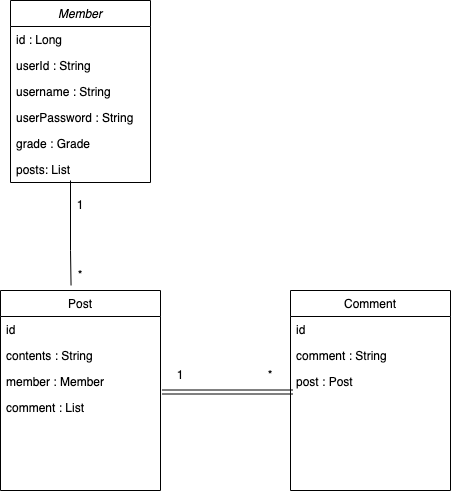
Above: src/main/resources/클래스다이어그램_게시판.png in choijunkeun/weblog (draw.io), before the change. Source tidied: cells renumbered, new cells last; positions are measured from the earlier drawing's top-left corner, leaving out a move shared by most shapes.
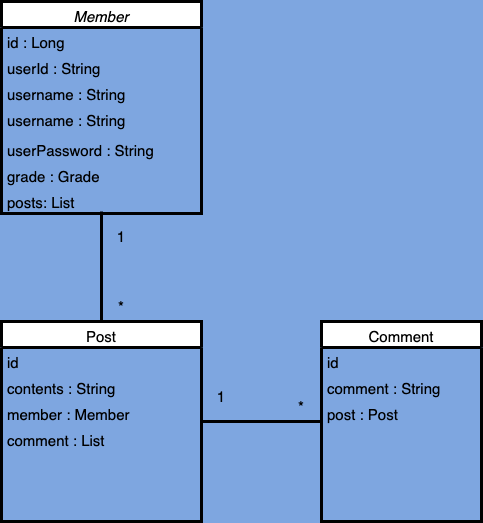
The same diagram one commit later.

Commit message:
클래스다이어그램_게시판.png 업데이트

The edit, as a diff of the source:
```diff
@@ -1,77 +1,81 @@
-<mxGraphModel>
+<mxGraphModel background="#7EA6E0">
   <root>
     <mxCell id="0" />
     <mxCell id="1" parent="0" />
-    <mxCell id="2" value="Member" style="swimlane;fontStyle=2;align=center;verticalAlign=top;horizontal=1;startSize=26;rounded=0;shadow=0;strokeWidth=1;" parent="1" vertex="1">
-      <mxGeometry x="10" width="140" height="182" as="geometry" />
+    <mxCell id="2" value="Member" style="swimlane;fontStyle=2;align=center;verticalAlign=top;horizontal=1;startSize=26;rounded=0;shadow=0;strokeWidth=3;fontSize=15;" parent="1" vertex="1">
+      <mxGeometry x="-30" y="-30" width="200" height="212" as="geometry" />
     </mxCell>
-    <mxCell id="3" value="id : Long" style="text;align=left;verticalAlign=top;spacingLeft=4;spacingRight=4;overflow=hidden;" parent="2" vertex="1">
-      <mxGeometry y="26" width="140" height="26" as="geometry" />
+    <mxCell id="3" value="id : Long" style="text;align=left;verticalAlign=top;spacingLeft=4;spacingRight=4;overflow=hidden;strokeWidth=3;fontSize=15;" parent="2" vertex="1">
+      <mxGeometry y="26" width="200" height="26" as="geometry" />
     </mxCell>
-    <mxCell id="4" value="userId : String" style="text;align=left;verticalAlign=top;spacingLeft=4;spacingRight=4;overflow=hidden;rounded=0;shadow=0;html=0;" parent="2" vertex="1">
-      <mxGeometry y="52" width="140" height="26" as="geometry" />
+    <mxCell id="4" value="userId : String" style="text;align=left;verticalAlign=top;spacingLeft=4;spacingRight=4;overflow=hidden;rounded=0;shadow=0;html=0;strokeWidth=3;fontSize=15;" parent="2" vertex="1">
+      <mxGeometry y="52" width="200" height="26" as="geometry" />
     </mxCell>
-    <mxCell id="5" value="username : String" style="text;align=left;verticalAlign=top;spacingLeft=4;spacingRight=4;overflow=hidden;rounded=0;shadow=0;html=0;" parent="2" vertex="1">
-      <mxGeometry y="78" width="140" height="26" as="geometry" />
+    <mxCell id="5" value="username : String" style="text;align=left;verticalAlign=top;spacingLeft=4;spacingRight=4;overflow=hidden;rounded=0;shadow=0;html=0;strokeWidth=3;fontSize=15;" parent="2" vertex="1">
+      <mxGeometry y="78" width="200" height="26" as="geometry" />
     </mxCell>
+    <mxCell id="24" value="username : String" style="text;align=left;verticalAlign=top;spacingLeft=4;spacingRight=4;overflow=hidden;rounded=0;shadow=0;html=0;strokeWidth=3;fontSize=15;" parent="2" vertex="1">
+      <mxGeometry y="104" width="200" height="30" as="geometry" />
+    </mxCell>
-    <mxCell id="6" value="userPassword : String" style="text;align=left;verticalAlign=top;spacingLeft=4;spacingRight=4;overflow=hidden;rounded=0;shadow=0;html=0;" parent="2" vertex="1">
-      <mxGeometry y="104" width="140" height="26" as="geometry" />
+    <mxCell id="6" value="userPassword : String" style="text;align=left;verticalAlign=top;spacingLeft=4;spacingRight=4;overflow=hidden;rounded=0;shadow=0;html=0;strokeWidth=3;fontSize=15;" parent="2" vertex="1">
+      <mxGeometry y="134" width="200" height="26" as="geometry" />
     </mxCell>
-    <mxCell id="7" value="grade : Grade" style="text;align=left;verticalAlign=top;spacingLeft=4;spacingRight=4;overflow=hidden;rounded=0;shadow=0;html=0;" parent="2" vertex="1">
-      <mxGeometry y="130" width="140" height="26" as="geometry" />
+    <mxCell id="7" value="grade : Grade" style="text;align=left;verticalAlign=top;spacingLeft=4;spacingRight=4;overflow=hidden;rounded=0;shadow=0;html=0;strokeWidth=3;fontSize=15;" parent="2" vertex="1">
+      <mxGeometry y="160" width="200" height="26" as="geometry" />
     </mxCell>
-    <mxCell id="8" value="posts: List" style="text;align=left;verticalAlign=top;spacingLeft=4;spacingRight=4;overflow=hidden;rounded=0;shadow=0;html=0;" parent="2" vertex="1">
-      <mxGeometry y="156" width="140" height="26" as="geometry" />
+    <mxCell id="8" value="posts: List" style="text;align=left;verticalAlign=top;spacingLeft=4;spacingRight=4;overflow=hidden;rounded=0;shadow=0;html=0;strokeWidth=3;fontSize=15;" parent="2" vertex="1">
+      <mxGeometry y="186" width="200" height="26" as="geometry" />
     </mxCell>
-    <mxCell id="9" value="Post" style="swimlane;fontStyle=0;align=center;verticalAlign=top;horizontal=1;startSize=26;rounded=0;shadow=0;strokeWidth=1;" parent="1" vertex="1">
-      <mxGeometry y="290" width="160" height="200" as="geometry" />
+    <mxCell id="9" value="Post" style="swimlane;fontStyle=0;align=center;verticalAlign=top;horizontal=1;startSize=26;rounded=0;shadow=0;strokeWidth=3;fontSize=15;" parent="1" vertex="1">
+      <mxGeometry x="-30" y="290" width="200" height="200" as="geometry" />
     </mxCell>
-    <mxCell id="10" value="id" style="text;align=left;verticalAlign=top;spacingLeft=4;spacingRight=4;overflow=hidden;rounded=0;shadow=0;html=0;" parent="9" vertex="1">
-      <mxGeometry y="26" width="160" height="26" as="geometry" />
+    <mxCell id="10" value="id" style="text;align=left;verticalAlign=top;spacingLeft=4;spacingRight=4;overflow=hidden;rounded=0;shadow=0;html=0;strokeWidth=3;fontSize=15;" parent="9" vertex="1">
+      <mxGeometry y="26" width="200" height="26" as="geometry" />
     </mxCell>
-    <mxCell id="11" value="contents : String" style="text;align=left;verticalAlign=top;spacingLeft=4;spacingRight=4;overflow=hidden;rounded=0;shadow=0;html=0;" parent="9" vertex="1">
-      <mxGeometry y="52" width="160" height="26" as="geometry" />
+    <mxCell id="11" value="contents : String" style="text;align=left;verticalAlign=top;spacingLeft=4;spacingRight=4;overflow=hidden;rounded=0;shadow=0;html=0;strokeWidth=3;fontSize=15;" parent="9" vertex="1">
+      <mxGeometry y="52" width="200" height="26" as="geometry" />
     </mxCell>
-    <mxCell id="12" value="member : Member" style="text;align=left;verticalAlign=top;spacingLeft=4;spacingRight=4;overflow=hidden;rounded=0;shadow=0;html=0;" parent="9" vertex="1">
-      <mxGeometry y="78" width="160" height="26" as="geometry" />
+    <mxCell id="12" value="member : Member" style="text;align=left;verticalAlign=top;spacingLeft=4;spacingRight=4;overflow=hidden;rounded=0;shadow=0;html=0;strokeWidth=3;fontSize=15;" parent="9" vertex="1">
+      <mxGeometry y="78" width="200" height="26" as="geometry" />
     </mxCell>
-    <mxCell id="13" value="comment : List" style="text;align=left;verticalAlign=top;spacingLeft=4;spacingRight=4;overflow=hidden;points=[[0,0.5],[1,0.5]];portConstraint=eastwest;rounded=0;shadow=0;html=0;" parent="9" vertex="1">
-      <mxGeometry y="104" width="160" height="26" as="geometry" />
+    <mxCell id="13" value="comment : List" style="text;align=left;verticalAlign=top;spacingLeft=4;spacingRight=4;overflow=hidden;points=[[0,0.5],[1,0.5]];portConstraint=eastwest;rounded=0;shadow=0;html=0;strokeWidth=3;fontSize=15;" parent="9" vertex="1">
+      <mxGeometry y="104" width="200" height="26" as="geometry" />
     </mxCell>
-    <mxCell id="14" value="Comment" style="swimlane;fontStyle=0;align=center;verticalAlign=top;horizontal=1;startSize=26;rounded=0;shadow=0;strokeWidth=1;" parent="1" vertex="1">
+    <mxCell id="14" value="Comment" style="swimlane;fontStyle=0;align=center;verticalAlign=top;horizontal=1;startSize=26;rounded=0;shadow=0;strokeWidth=3;fontSize=15;" parent="1" vertex="1">
       <mxGeometry x="290" y="290" width="160" height="200" as="geometry" />
     </mxCell>
-    <mxCell id="15" value="id" style="text;align=left;verticalAlign=top;spacingLeft=4;spacingRight=4;overflow=hidden;" parent="14" vertex="1">
+    <mxCell id="15" value="id" style="text;align=left;verticalAlign=top;spacingLeft=4;spacingRight=4;overflow=hidden;strokeWidth=3;fontSize=15;" parent="14" vertex="1">
       <mxGeometry y="26" width="160" height="26" as="geometry" />
     </mxCell>
-    <mxCell id="16" value="comment : String" style="text;align=left;verticalAlign=top;spacingLeft=4;spacingRight=4;overflow=hidden;" parent="14" vertex="1">
+    <mxCell id="16" value="comment : String" style="text;align=left;verticalAlign=top;spacingLeft=4;spacingRight=4;overflow=hidden;strokeWidth=3;fontSize=15;" parent="14" vertex="1">
       <mxGeometry y="52" width="160" height="26" as="geometry" />
     </mxCell>
-    <mxCell id="17" value="post : Post" style="text;align=left;verticalAlign=top;spacingLeft=4;spacingRight=4;overflow=hidden;" parent="14" vertex="1">
+    <mxCell id="17" value="post : Post" style="text;align=left;verticalAlign=top;spacingLeft=4;spacingRight=4;overflow=hidden;strokeWidth=3;fontSize=15;" parent="14" vertex="1">
       <mxGeometry y="78" width="160" height="26" as="geometry" />
     </mxCell>
-    <mxCell id="18" style="endArrow=none;html=1;rounded=0;exitX=0.441;exitY=-0.025;exitDx=0;exitDy=0;exitPerimeter=0;" parent="1" edge="1" source="9">
+    <mxCell id="18" style="endArrow=none;html=1;rounded=0;strokeWidth=3;fontSize=15;" parent="1" edge="1">
       <mxGeometry relative="1" as="geometry">
+        <mxPoint x="70" y="290" as="sourcePoint" />
         <mxPoint x="70" y="180" as="targetPoint" />
         <Array as="points">
           <mxPoint x="70" y="250" />
         </Array>
       </mxGeometry>
     </mxCell>
-    <mxCell id="19" value="1" style="text;html=1;strokeColor=none;fillColor=none;align=center;verticalAlign=middle;whiteSpace=wrap;rounded=0;" parent="1" vertex="1">
-      <mxGeometry x="50" y="190" width="60" height="30" as="geometry" />
+    <mxCell id="19" value="1" style="text;html=1;strokeColor=none;fillColor=none;align=center;verticalAlign=middle;whiteSpace=wrap;rounded=0;strokeWidth=3;fontSize=15;" parent="1" vertex="1">
+      <mxGeometry x="60" y="190" width="60" height="30" as="geometry" />
     </mxCell>
-    <mxCell id="20" value="*" style="text;html=1;strokeColor=none;fillColor=none;align=center;verticalAlign=middle;whiteSpace=wrap;rounded=0;" parent="1" vertex="1">
-      <mxGeometry x="50" y="260" width="60" height="30" as="geometry" />
+    <mxCell id="20" value="*" style="text;html=1;strokeColor=none;fillColor=none;align=center;verticalAlign=middle;whiteSpace=wrap;rounded=0;strokeWidth=3;fontSize=15;" parent="1" vertex="1">
+      <mxGeometry x="60" y="260" width="60" height="30" as="geometry" />
     </mxCell>
-    <mxCell id="21" style="shape=link;html=1;rounded=0;exitX=1.009;exitY=-0.096;exitDx=0;exitDy=0;exitPerimeter=0;entryX=0.875;entryY=1.05;entryDx=0;entryDy=0;entryPerimeter=0;" parent="1" edge="1" source="13" target="23">
-      <mxGeometry relative="1" as="geometry" />
-    </mxCell>
-    <mxCell id="22" value="1" style="text;html=1;strokeColor=none;fillColor=none;align=center;verticalAlign=middle;whiteSpace=wrap;rounded=0;" parent="1" vertex="1">
-      <mxGeometry x="150" y="360" width="60" height="30" as="geometry" />
+    <mxCell id="22" value="1" style="text;html=1;strokeColor=none;fillColor=none;align=center;verticalAlign=middle;whiteSpace=wrap;rounded=0;strokeWidth=3;fontSize=15;" parent="1" vertex="1">
+      <mxGeometry x="160" y="350" width="60" height="30" as="geometry" />
     </mxCell>
-    <mxCell id="23" value="*" style="text;html=1;strokeColor=none;fillColor=none;align=center;verticalAlign=middle;whiteSpace=wrap;rounded=0;" parent="1" vertex="1">
+    <mxCell id="23" value="*" style="text;html=1;strokeColor=none;fillColor=none;align=center;verticalAlign=middle;whiteSpace=wrap;rounded=0;strokeWidth=3;fontSize=15;" parent="1" vertex="1">
       <mxGeometry x="240" y="360" width="60" height="30" as="geometry" />
     </mxCell>
+    <mxCell id="25" style="endArrow=none;html=1;rounded=0;strokeWidth=3;fontSize=15;entryX=1;entryY=0.5;entryDx=0;entryDy=0;exitX=0;exitY=0.5;exitDx=0;exitDy=0;" parent="1" edge="1" source="14" target="9">
+      <mxGeometry relative="1" as="geometry" />
+    </mxCell>
   </root>
 </mxGraphModel>
```
